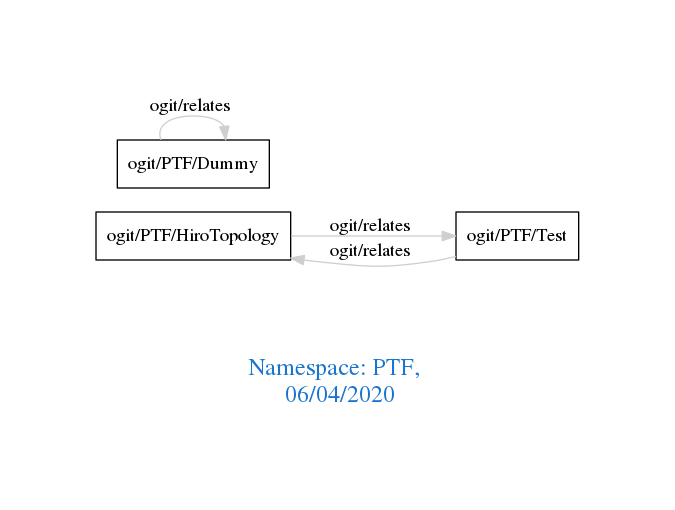
Before: downloads/PTF.png, a diagram exported from Graphviz (arago/OGIT). Its source is kept beside it as downloads/PTF.dot. Source of this version:
```dot
digraph OGIT_ontology {
 graph [ rankdir= LR,pad=1
fontsize = 18,
fontcolor= dodgerblue3,label = "\n\n\nNamespace: PTF, \n 06/04/2020"];
node[shape=polygon];
edge [  color="gray81"];

   "ogit/PTF/HiroTopology" -> "ogit/PTF/Test" [label="   ogit/relates    "];
   "ogit/PTF/Test" -> "ogit/PTF/HiroTopology" [label="   ogit/relates    "];
   "ogit/PTF/Dummy" -> "ogit/PTF/Dummy" [label="   ogit/relates    "];
}
```
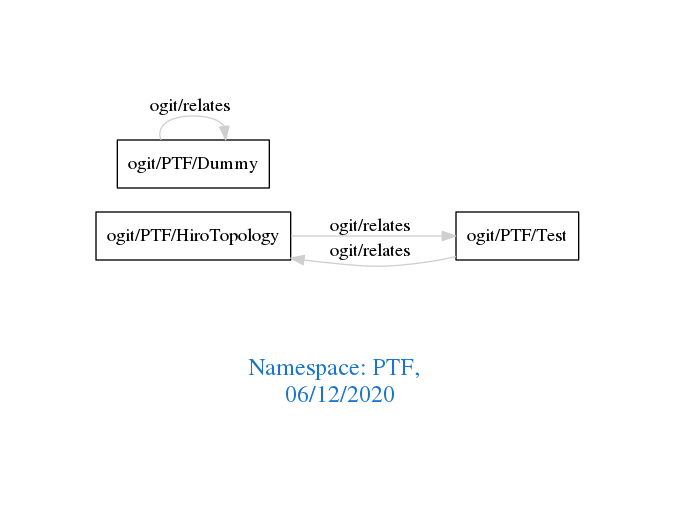
Above is the later version.

The edit, as a diff of the source:
```diff
@@ -1,7 +1,7 @@
 digraph OGIT_ontology {
  graph [ rankdir= LR,pad=1
 fontsize = 18,
-fontcolor= dodgerblue3,label = "\n\n\nNamespace: PTF, \n 06/04/2020"];
+fontcolor= dodgerblue3,label = "\n\n\nNamespace: PTF, \n 06/12/2020"];
 node[shape=polygon];
 edge [  color="gray81"];
 
```
